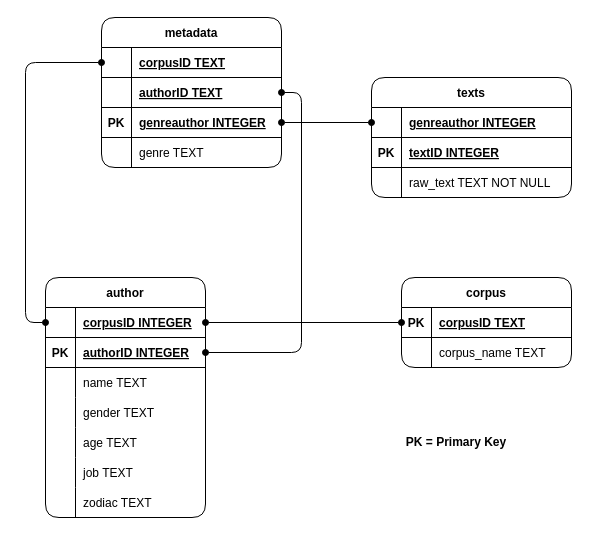
Before: EDR.drawio in Lauderis/temp_use, a draw.io diagram. Source tidied: cells renumbered, new cells numbered last; positions are measured from the earlier drawing's top-left corner, leaving out a move shared by most shapes. Both pictures are drawn from the tidied source at 100%, with x=0, y=0 at pixel (45, 17).
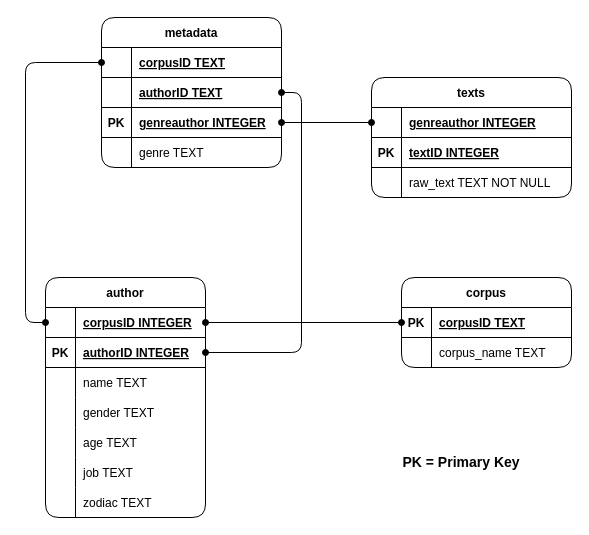
The same diagram, later.

What changed in the source:
```diff
@@
-    <mxCell id="58" value="PK = Primary Key" style="text;html=1;align=center;verticalAlign=middle;whiteSpace=wrap;rounded=1;fontStyle=1;" parent="1" vertex="1">
-      <mxGeometry x="356" y="410" width="110" height="30" as="geometry" />
+    <mxCell id="58" value="PK = Primary Key" style="text;html=1;align=center;verticalAlign=middle;whiteSpace=wrap;rounded=1;fontStyle=1;fontSize=14;" parent="1" vertex="1">
+      <mxGeometry x="326" y="430" width="180" height="30" as="geometry" />
     </mxCell>
```
